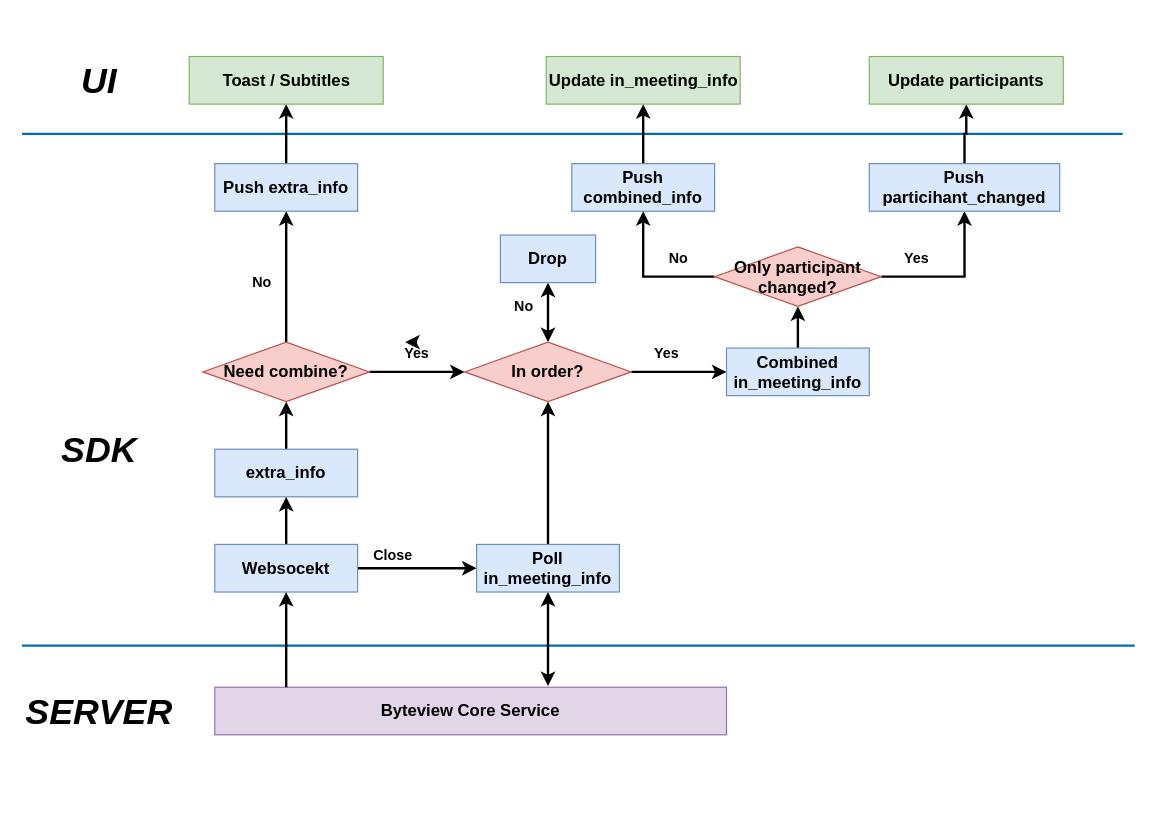
Hankszhang/graphs keeps this draw.io diagram as in_meeting.drawio. Above is the earlier version. Source tidied: cells renumbered, new cells numbered last; positions are measured from the earlier drawing's top-left corner, leaving out a move shared by most shapes. Both pictures are drawn from the tidied source at 119%, with x=0, y=0 at pixel (21, 20).
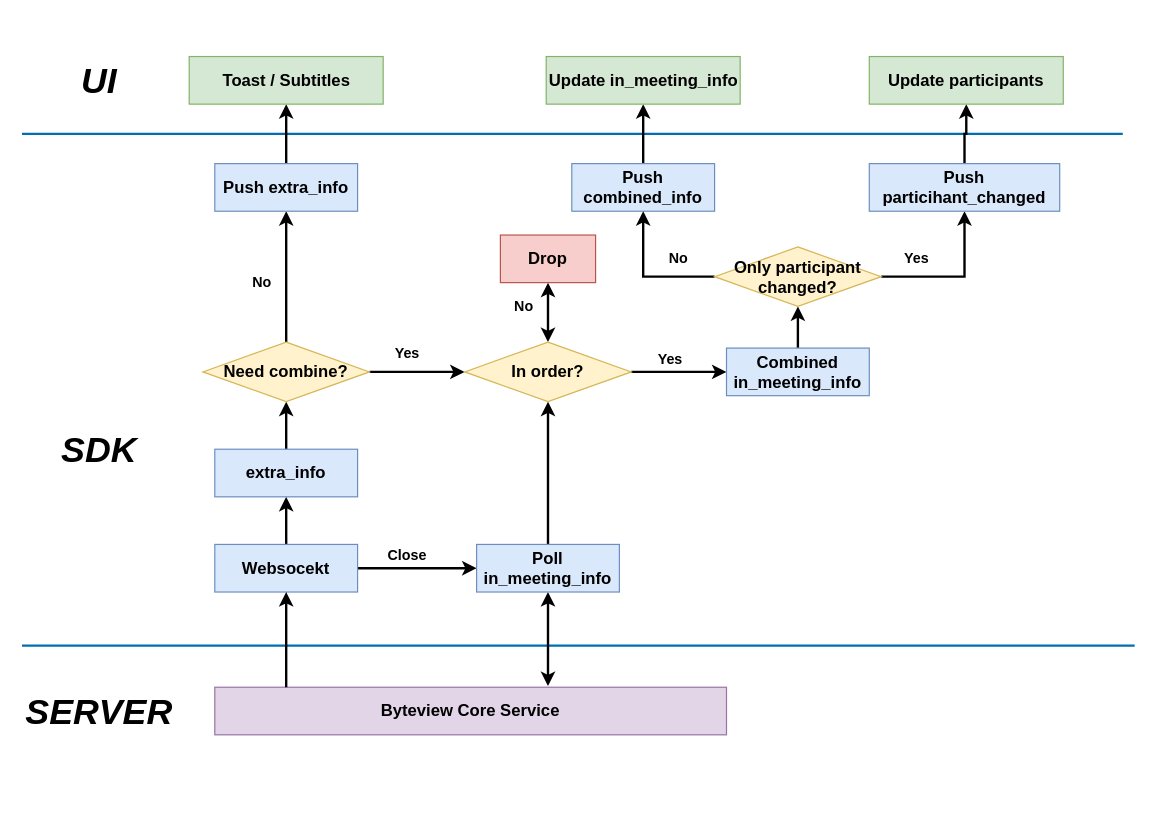
Above is the later version.

What changed in the source:
```diff
@@
-    <mxCell id="19" value="&lt;b&gt;&lt;font style=&quot;font-size: 14px&quot;&gt;Need combine?&lt;/font&gt;&lt;/b&gt;" style="rhombus;whiteSpace=wrap;html=1;shadow=0;fillColor=#f8cecc;strokeColor=#b85450;" parent="1" vertex="1">
+    <mxCell id="19" value="&lt;b&gt;&lt;font style=&quot;font-size: 14px&quot;&gt;Need combine?&lt;/font&gt;&lt;/b&gt;" style="rhombus;whiteSpace=wrap;html=1;shadow=0;fillColor=#fff2cc;strokeColor=#d6b656;" parent="1" vertex="1">
       <mxGeometry x="152" y="270" width="140" height="50" as="geometry" />
     </mxCell>
@@
-    <mxCell id="22" value="&lt;span style=&quot;font-size: 14px&quot;&gt;&lt;b&gt;In order?&lt;/b&gt;&lt;/span&gt;" style="rhombus;whiteSpace=wrap;html=1;shadow=0;fillColor=#f8cecc;strokeColor=#b85450;" parent="1" vertex="1">
+    <mxCell id="22" value="&lt;span style=&quot;font-size: 14px&quot;&gt;&lt;b&gt;In order?&lt;/b&gt;&lt;/span&gt;" style="rhombus;whiteSpace=wrap;html=1;shadow=0;fillColor=#fff2cc;strokeColor=#d6b656;" parent="1" vertex="1">
       <mxGeometry x="372" y="270" width="140" height="50" as="geometry" />
     </mxCell>
@@
-    <mxCell id="24" value="&lt;b&gt;Yes&lt;/b&gt;" style="text;html=1;strokeColor=none;fillColor=none;align=center;verticalAlign=middle;whiteSpace=wrap;rounded=0;shadow=0;" parent="1" vertex="1">
-      <mxGeometry x="312" y="270" width="40" height="20" as="geometry" />
-    </mxCell>
@@
-    <mxCell id="31" value="&lt;span style=&quot;font-size: 14px&quot;&gt;&lt;b&gt;Drop&lt;/b&gt;&lt;/span&gt;" style="rounded=0;whiteSpace=wrap;html=1;fillColor=#dae8fc;strokeColor=#6c8ebf;" parent="1" vertex="1">
+    <mxCell id="31" value="&lt;span style=&quot;font-size: 14px&quot;&gt;&lt;b&gt;Drop&lt;/b&gt;&lt;/span&gt;" style="rounded=0;whiteSpace=wrap;html=1;fillColor=#f8cecc;strokeColor=#b85450;" parent="1" vertex="1">
       <mxGeometry x="402" y="180" width="80" height="40" as="geometry" />
     </mxCell>
@@
-    <mxCell id="34" value="&lt;span style=&quot;font-size: 14px&quot;&gt;&lt;b&gt;Only participant changed?&lt;/b&gt;&lt;/span&gt;" style="rhombus;whiteSpace=wrap;html=1;shadow=0;fillColor=#f8cecc;strokeColor=#b85450;" parent="1" vertex="1">
+    <mxCell id="34" value="&lt;span style=&quot;font-size: 14px&quot;&gt;&lt;b&gt;Only participant changed?&lt;/b&gt;&lt;/span&gt;" style="rhombus;whiteSpace=wrap;html=1;shadow=0;fillColor=#fff2cc;strokeColor=#d6b656;" parent="1" vertex="1">
       <mxGeometry x="582" y="190" width="140" height="50" as="geometry" />
     </mxCell>
@@
     <mxCell id="38" value="&lt;b&gt;Yes&lt;/b&gt;" style="text;html=1;strokeColor=none;fillColor=none;align=center;verticalAlign=middle;whiteSpace=wrap;rounded=0;shadow=0;" parent="1" vertex="1">
-      <mxGeometry x="522" y="270" width="40" height="20" as="geometry" />
+      <mxGeometry x="303.5" y="270" width="40" height="20" as="geometry" />
     </mxCell>
@@
     <mxCell id="41" value="&lt;b&gt;Close&lt;/b&gt;" style="text;html=1;strokeColor=none;fillColor=none;align=center;verticalAlign=middle;whiteSpace=wrap;rounded=0;shadow=0;" parent="1" vertex="1">
-      <mxGeometry x="292" y="440" width="40" height="20" as="geometry" />
+      <mxGeometry x="303.5" y="440" width="40" height="20" as="geometry" />
     </mxCell>
@@
-    <mxCell id="44" style="edgeStyle=orthogonalEdgeStyle;rounded=0;jumpStyle=arc;orthogonalLoop=1;jettySize=auto;html=1;exitX=0.5;exitY=0;exitDx=0;exitDy=0;entryX=0.25;entryY=0;entryDx=0;entryDy=0;startArrow=none;startFill=0;strokeWidth=2;" parent="1" edge="1" source="24" target="24">
-      <mxGeometry relative="1" as="geometry" />
-    </mxCell>
@@
+    <mxCell id="24" value="&lt;b&gt;Yes&lt;/b&gt;" style="text;html=1;strokeColor=none;fillColor=none;align=center;verticalAlign=middle;whiteSpace=wrap;rounded=0;shadow=0;" parent="1" vertex="1">
+      <mxGeometry x="525" y="275" width="40" height="20" as="geometry" />
+    </mxCell>
```
